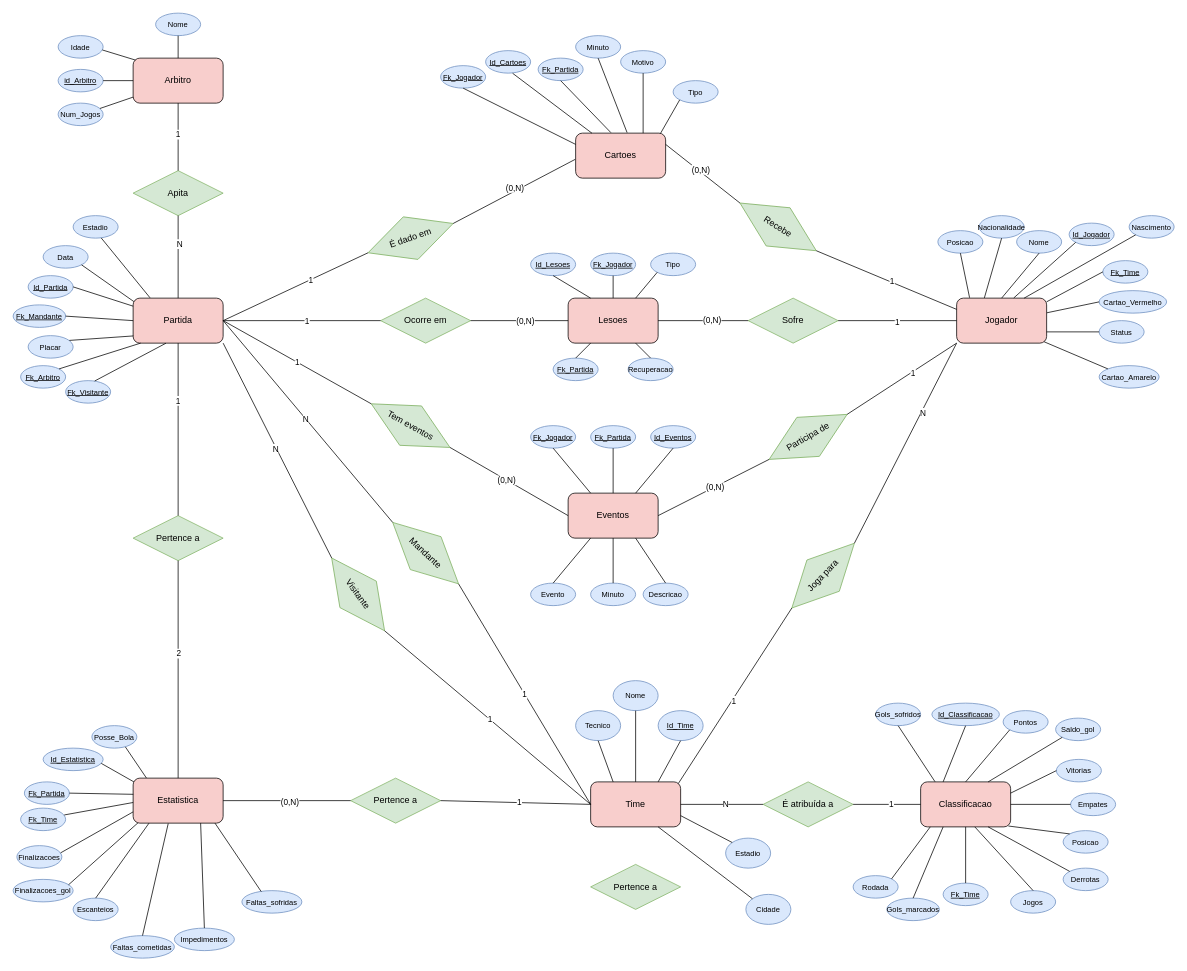
Earlier version of the draw.io diagram MER.drawio (leonardosantosp/football-performance-analytics). Source tidied: cells renumbered, new cells numbered last; positions are measured from the earlier drawing's top-left corner, leaving out a move shared by most shapes. Both pictures are drawn from the tidied source at 75%, with x=0, y=0 at pixel (13, 13).
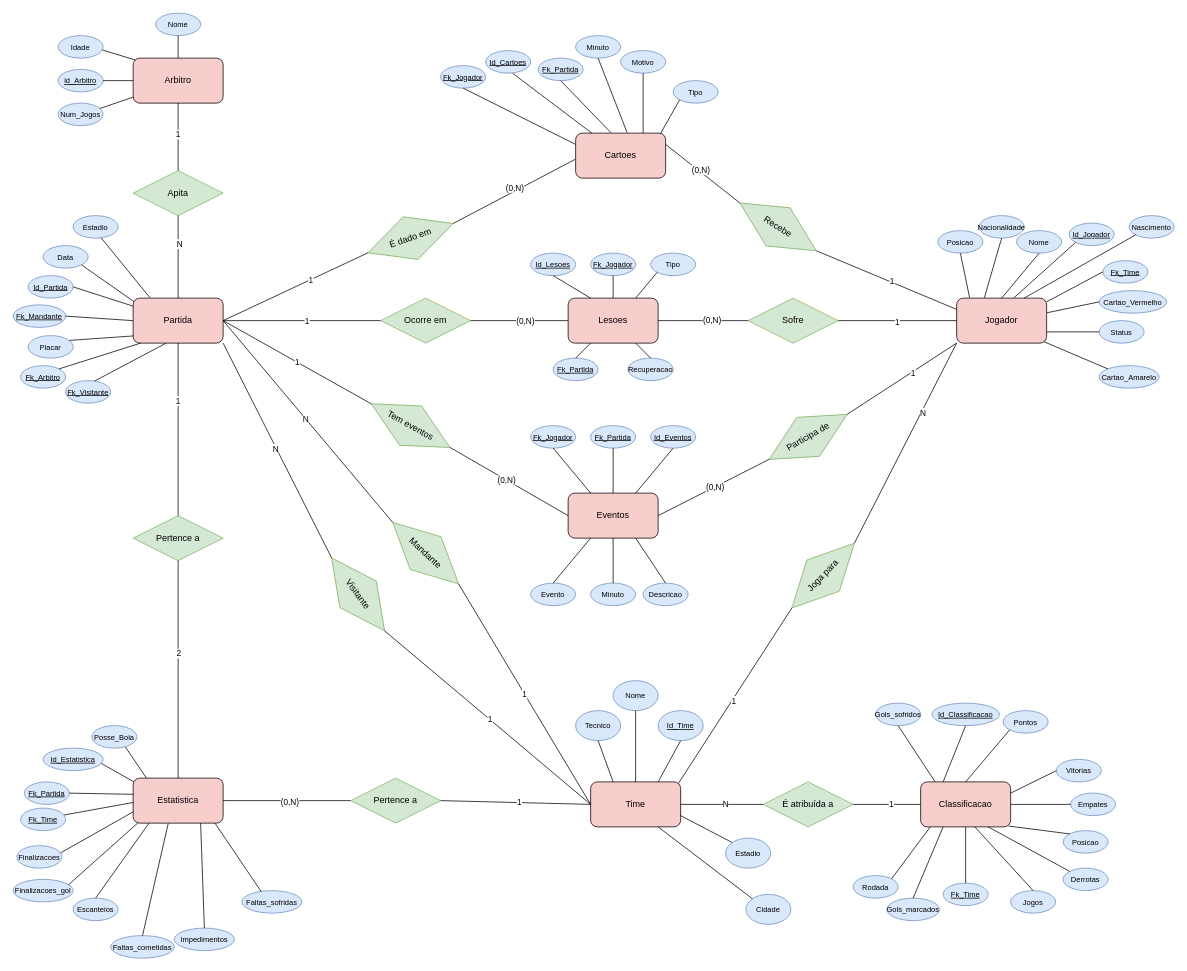
The same page after the edit.

Commit message:
doc: alterando MER

The change refers to these unchanged cells:
```xml
<mxCell id="14" value="Classificacao" style="rounded=1;whiteSpace=wrap;html=1;fillColor=#f8cecc;strokeColor=#000000;" parent="1" vertex="1">
  <mxGeometry x="1210" y="1025" width="120" height="60" as="geometry" />
</mxCell>
```

Change to the diagram source:
```diff
@@
-    <mxCell id="122" value="Saldo_gol" style="ellipse;whiteSpace=wrap;html=1;align=center;fillColor=#dae8fc;strokeColor=#6c8ebf;fontSize=10;" parent="1" vertex="1">
-      <mxGeometry x="1390" y="940" width="60" height="30" as="geometry" />
-    </mxCell>
@@
-    <mxCell id="126" style="endArrow=none;html=1;rounded=0;entryX=0;entryY=1;entryDx=0;entryDy=0;exitX=0.75;exitY=0;exitDx=0;exitDy=0;" parent="1" edge="1" source="14" target="122">
-      <mxGeometry relative="1" as="geometry" />
-    </mxCell>
@@
-    <mxCell id="196" value="Pertence a" style="shape=rhombus;perimeter=rhombusPerimeter;whiteSpace=wrap;html=1;align=center;rotation=0;fillColor=#d5e8d4;strokeColor=#82b366;" parent="1" vertex="1">
-      <mxGeometry x="770" y="1135" width="120" height="60" as="geometry" />
-    </mxCell>
```
